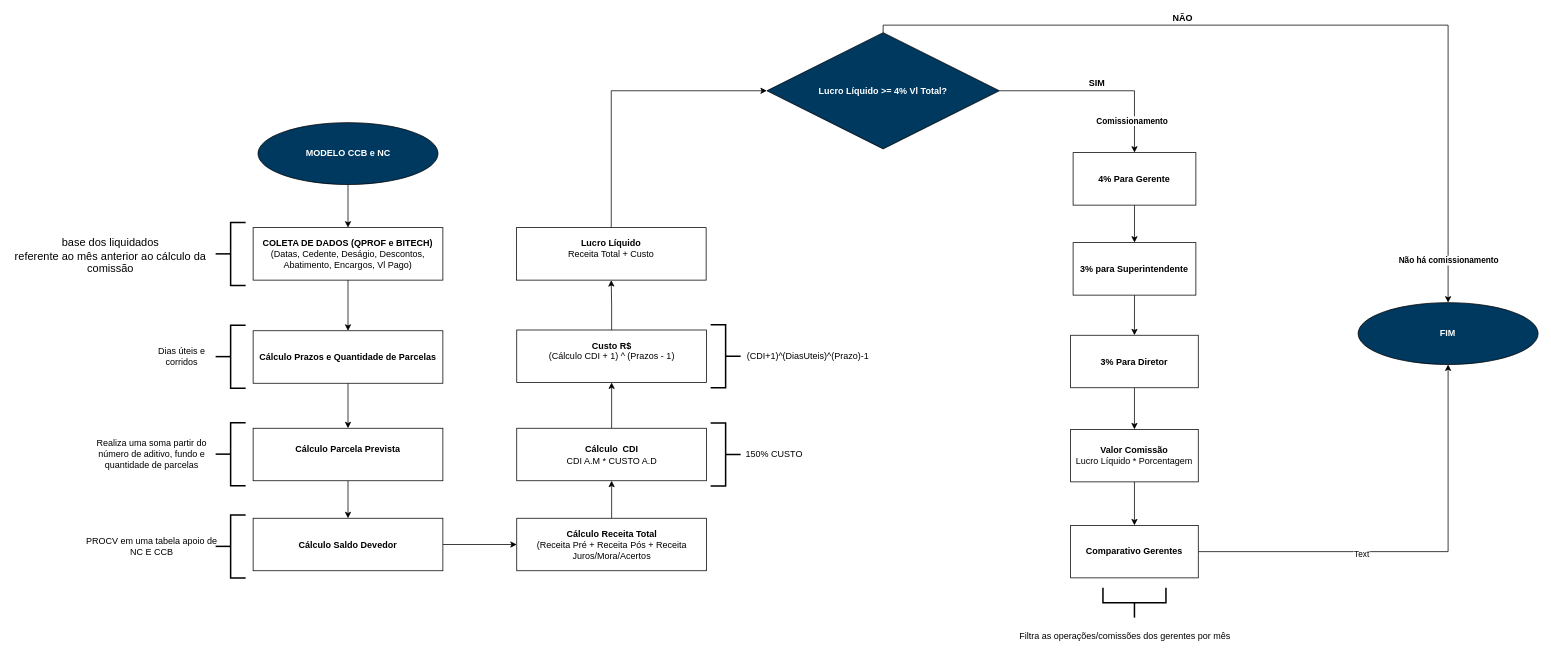
henriquelima0/exercicios-fiap keeps this draw.io diagram as page "CCB E NC" (2 of 4) of FLUXOGRAMAS.drawio. Above is the earlier version. Source tidied: cells renumbered, new cells numbered last; positions are measured from the earlier drawing's top-left corner, leaving out a move shared by most shapes. Both pictures are drawn from the tidied source at 75%, with x=0, y=0 at pixel (13, 25).
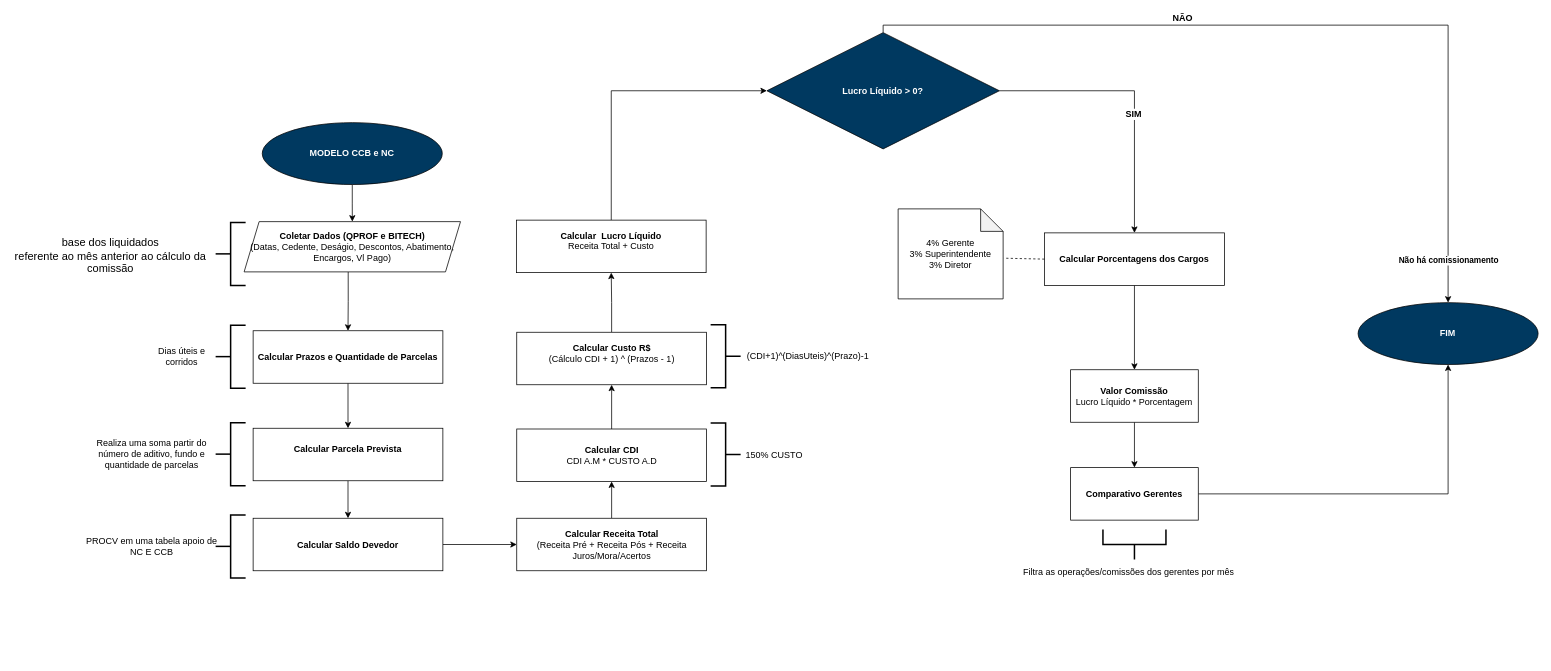
The same page after the edit.

The change refers to these unchanged cells:
```xml
<mxCell id="45" style="edgeStyle=orthogonalEdgeStyle;rounded=0;jettySize=auto;html=1;entryX=0.5;entryY=1;entryDx=0;entryDy=0;" parent="1" edge="1" source="47" target="36">
  <mxGeometry relative="1" as="geometry" />
</mxCell>
```

What changed in the source:
```diff
@@
-    <mxCell id="8" value="&lt;b&gt;COLETA DE DADOS (QPROF e BITECH)&lt;/b&gt;&lt;br&gt;(Datas, Cedente, Deságio, Descontos, Abatimento, Encargos, Vl Pago)" style="rounded=0;whiteSpace=wrap;html=1;" parent="1" vertex="1">
-      <mxGeometry x="320" y="270" width="253" height="70" as="geometry" />
-    </mxCell>
@@
-    <mxCell id="10" value="&lt;b&gt;Cálculo Prazos e Quantidade de Parcelas&lt;/b&gt;" style="rounded=0;whiteSpace=wrap;html=1;" parent="1" vertex="1">
+    <mxCell id="10" value="&lt;b&gt;Calcular Prazos e Quantidade de Parcelas&lt;/b&gt;" style="rounded=0;whiteSpace=wrap;html=1;" parent="1" vertex="1">
       <mxGeometry x="320" y="407.5" width="253" height="70" as="geometry" />
     </mxCell>
@@
-    <mxCell id="12" value="&lt;b&gt;Cálculo&amp;nbsp;Saldo Devedor&lt;/b&gt;" style="rounded=0;whiteSpace=wrap;html=1;" parent="1" vertex="1">
+    <mxCell id="12" value="&lt;b&gt;Calcular&amp;nbsp;&lt;/b&gt;&lt;b&gt;Saldo Devedor&lt;/b&gt;" style="rounded=0;whiteSpace=wrap;html=1;" parent="1" vertex="1">
       <mxGeometry x="320" y="657.5" width="253" height="70" as="geometry" />
     </mxCell>
@@
-    <mxCell id="14" value="&lt;b&gt;Cálculo&amp;nbsp;Parcela Prevista&lt;/b&gt;&lt;div&gt;&lt;br&gt;&lt;/div&gt;" style="rounded=0;whiteSpace=wrap;html=1;" parent="1" vertex="1">
+    <mxCell id="14" value="&lt;b&gt;Calcular&amp;nbsp;&lt;/b&gt;&lt;b&gt;Parcela Prevista&lt;/b&gt;&lt;div&gt;&lt;br&gt;&lt;/div&gt;" style="rounded=0;whiteSpace=wrap;html=1;" parent="1" vertex="1">
       <mxGeometry x="320" y="537.5" width="253" height="70" as="geometry" />
     </mxCell>
@@
-    <mxCell id="16" value="&lt;b&gt;Cálculo&amp;nbsp;Receita Total&lt;/b&gt;&lt;br&gt;(Receita Pré + Receita Pós + Receita Juros/Mora/Acertos" style="rounded=0;whiteSpace=wrap;html=1;" parent="1" vertex="1">
+    <mxCell id="16" value="&lt;b&gt;Calcular&amp;nbsp;&lt;/b&gt;&lt;b&gt;Receita Total&lt;/b&gt;&lt;br&gt;(Receita Pré + Receita Pós + Receita Juros/Mora/Acertos" style="rounded=0;whiteSpace=wrap;html=1;" parent="1" vertex="1">
       <mxGeometry x="671.5" y="657.5" width="253" height="70" as="geometry" />
     </mxCell>
@@
-    <mxCell id="18" value="&lt;b&gt;Cálculo&amp;nbsp;&amp;nbsp;CDI&lt;/b&gt;&lt;div&gt;CDI A.M * CUSTO A.D&lt;/div&gt;" style="rounded=0;whiteSpace=wrap;html=1;" parent="1" vertex="1">
-      <mxGeometry x="671.5" y="537.5" width="253" height="70" as="geometry" />
+    <mxCell id="18" value="&lt;b&gt;Calcular&amp;nbsp;&lt;/b&gt;&lt;b&gt;CDI&lt;/b&gt;&lt;div&gt;CDI A.M * CUSTO A.D&lt;/div&gt;" style="rounded=0;whiteSpace=wrap;html=1;" parent="1" vertex="1">
+      <mxGeometry x="671.5" y="538.5" width="253" height="70" as="geometry" />
     </mxCell>
-    <mxCell id="19" style="edgeStyle=orthogonalEdgeStyle;rounded=0;jettySize=auto;html=1;exitX=0.5;exitY=1;exitDx=0;exitDy=0;" parent="1" edge="1" source="20" target="8">
+    <mxCell id="19" style="edgeStyle=orthogonalEdgeStyle;rounded=0;jettySize=auto;html=1;exitX=0.5;exitY=1;exitDx=0;exitDy=0;entryX=0.5;entryY=0;entryDx=0;entryDy=0;" parent="1" edge="1" source="20" target="57">
       <mxGeometry relative="1" as="geometry" />
     </mxCell>
     <mxCell id="20" value="&lt;b&gt;&lt;font color=&quot;#ffffff&quot;&gt;MODELO CCB e NC&lt;/font&gt;&lt;/b&gt;" style="ellipse;whiteSpace=wrap;html=1;fillColor=#003960;" parent="1" vertex="1">
-      <mxGeometry x="326.5" y="130" width="240" height="82.5" as="geometry" />
+      <mxGeometry x="332.2" y="130" width="240" height="82.5" as="geometry" />
     </mxCell>
@@
-    <mxCell id="22" value="&lt;b&gt;Custo R$&lt;br&gt;&lt;/b&gt;(Cálculo CDI + 1) ^ (Prazos - 1)&lt;br&gt;&lt;div&gt;&lt;br&gt;&lt;/div&gt;" style="rounded=0;whiteSpace=wrap;html=1;" parent="1" vertex="1">
-      <mxGeometry x="671.5" y="406.5" width="253" height="70" as="geometry" />
+    <mxCell id="22" value="&lt;b&gt;Calcular&amp;nbsp;&lt;/b&gt;&lt;b&gt;Custo R$&lt;br&gt;&lt;/b&gt;(Cálculo CDI + 1) ^ (Prazos - 1)&lt;br&gt;&lt;div&gt;&lt;br&gt;&lt;/div&gt;" style="rounded=0;whiteSpace=wrap;html=1;" parent="1" vertex="1">
+      <mxGeometry x="671.5" y="409.5" width="253" height="70" as="geometry" />
     </mxCell>
@@
-    <mxCell id="26" style="edgeStyle=orthogonalEdgeStyle;rounded=0;jettySize=auto;html=1;exitX=1;exitY=0.5;exitDx=0;exitDy=0;entryX=0.5;entryY=0;entryDx=0;entryDy=0;" parent="1" edge="1" source="29" target="38">
+    <mxCell id="26" style="edgeStyle=orthogonalEdgeStyle;rounded=0;jettySize=auto;html=1;exitX=1;exitY=0.5;exitDx=0;exitDy=0;entryX=0.5;entryY=0;entryDx=0;entryDy=0;" parent="1" edge="1" source="29" target="54">
       <mxGeometry relative="1" as="geometry" />
     </mxCell>
     <mxCell id="27" value="&lt;b&gt;&lt;font style=&quot;font-size: 12px;&quot;&gt;SIM&lt;/font&gt;&lt;/b&gt;" style="edgeLabel;html=1;align=center;verticalAlign=middle;" parent="26" vertex="1">
       <mxGeometry x="-0.02" y="5" relative="1" as="geometry">
-        <mxPoint y="-6" as="offset" />
+        <mxPoint x="-7" y="30" as="offset" />
       </mxGeometry>
     </mxCell>
-    <mxCell id="28" value="&lt;b&gt;Comissionamento&lt;/b&gt;" style="edgeLabel;html=1;align=center;verticalAlign=middle;" parent="26" vertex="1">
-      <mxGeometry x="0.67" y="-4" relative="1" as="geometry">
-        <mxPoint y="1" as="offset" />
-      </mxGeometry>
-    </mxCell>
-    <mxCell id="29" value="&lt;font color=&quot;#ffffff&quot;&gt;&lt;b&gt;Lucro Líquido &amp;gt;= 4% Vl Total?&lt;/b&gt;&lt;/font&gt;" style="rhombus;whiteSpace=wrap;html=1;fillColor=#003960;" parent="1" vertex="1">
+    <mxCell id="29" value="&lt;font color=&quot;#ffffff&quot;&gt;&lt;b&gt;Lucro Líquido &amp;gt; 0?&lt;/b&gt;&lt;/font&gt;" style="rhombus;whiteSpace=wrap;html=1;fillColor=#003960;" parent="1" vertex="1">
       <mxGeometry x="1005" y="10" width="310" height="155" as="geometry" />
     </mxCell>
@@
-    <mxCell id="31" value="&lt;b&gt;Lucro Líquido&lt;br&gt;&lt;/b&gt;Receita Total + Custo&lt;div&gt;&lt;br&gt;&lt;/div&gt;" style="rounded=0;whiteSpace=wrap;html=1;" parent="1" vertex="1">
-      <mxGeometry x="671" y="270" width="253" height="70" as="geometry" />
+    <mxCell id="31" value="&lt;b&gt;Calcular&amp;nbsp;&amp;nbsp;&lt;/b&gt;&lt;b&gt;Lucro Líquido&lt;br&gt;&lt;/b&gt;Receita Total + Custo&lt;div&gt;&lt;br&gt;&lt;/div&gt;" style="rounded=0;whiteSpace=wrap;html=1;" parent="1" vertex="1">
+      <mxGeometry x="671" y="260" width="253" height="70" as="geometry" />
     </mxCell>
@@
     <mxCell id="33" value="150% CUSTO" style="text;html=1;align=center;verticalAlign=middle;whiteSpace=wrap;rounded=0;" parent="1" vertex="1">
-      <mxGeometry x="970" y="554" width="90" height="36" as="geometry" />
+      <mxGeometry x="970" y="555" width="90" height="36" as="geometry" />
     </mxCell>
@@
-    <mxCell id="37" style="edgeStyle=orthogonalEdgeStyle;rounded=0;jettySize=auto;html=1;exitX=0.5;exitY=1;exitDx=0;exitDy=0;entryX=0.5;entryY=0;entryDx=0;entryDy=0;" parent="1" edge="1" source="38" target="40">
-      <mxGeometry relative="1" as="geometry" />
-    </mxCell>
-    <mxCell id="38" value="&lt;b&gt;4% Para Gerente&lt;/b&gt;" style="rounded=0;whiteSpace=wrap;html=1;" parent="1" vertex="1">
-      <mxGeometry x="1413.3" y="170" width="163.7" height="70" as="geometry" />
-    </mxCell>
-    <mxCell id="39" style="edgeStyle=orthogonalEdgeStyle;rounded=0;jettySize=auto;html=1;exitX=0.5;exitY=1;exitDx=0;exitDy=0;entryX=0.5;entryY=0;entryDx=0;entryDy=0;" parent="1" edge="1" source="40" target="42">
-      <mxGeometry relative="1" as="geometry" />
-    </mxCell>
-    <mxCell id="40" value="&lt;b&gt;3% para Superintendente&lt;/b&gt;" style="rounded=0;whiteSpace=wrap;html=1;" parent="1" vertex="1">
-      <mxGeometry x="1413.3" y="290" width="163.7" height="70" as="geometry" />
-    </mxCell>
-    <mxCell id="41" style="edgeStyle=orthogonalEdgeStyle;rounded=0;jettySize=auto;html=1;exitX=0.5;exitY=1;exitDx=0;exitDy=0;entryX=0.5;entryY=0;entryDx=0;entryDy=0;" parent="1" edge="1" source="42" target="44">
-      <mxGeometry relative="1" as="geometry" />
-    </mxCell>
-    <mxCell id="42" value="&lt;b&gt;3% Para Diretor&lt;/b&gt;" style="rounded=0;whiteSpace=wrap;html=1;" parent="1" vertex="1">
-      <mxGeometry x="1410" y="413.5" width="170.2" height="70" as="geometry" />
-    </mxCell>
@@
     <mxCell id="44" value="&lt;b&gt;Valor Comissão&lt;/b&gt;&lt;br&gt;Lucro Líquido * Porcentagem" style="rounded=0;whiteSpace=wrap;html=1;" parent="1" vertex="1">
-      <mxGeometry x="1410" y="539" width="170.2" height="70" as="geometry" />
+      <mxGeometry x="1410" y="459.5" width="170.2" height="70" as="geometry" />
     </mxCell>
@@
-    <mxCell id="46" value="Text" style="edgeLabel;html=1;align=center;verticalAlign=middle;" parent="45" vertex="1">
-      <mxGeometry x="-0.26" y="-2" relative="1" as="geometry">
-        <mxPoint x="1" as="offset" />
-      </mxGeometry>
-    </mxCell>
     <mxCell id="47" value="&lt;b&gt;Comparativo Gerentes&lt;/b&gt;" style="rounded=0;whiteSpace=wrap;html=1;" parent="1" vertex="1">
-      <mxGeometry x="1410" y="667" width="170.2" height="70" as="geometry" />
+      <mxGeometry x="1410" y="590" width="170.2" height="70" as="geometry" />
     </mxCell>
@@
     <mxCell id="50" value="&lt;h1 style=&quot;margin-top: 0px;&quot;&gt;&lt;span style=&quot;font-size: 12px; font-weight: 400;&quot;&gt;Filtra as operações/comissões dos gerentes por mês&lt;/span&gt;&lt;/h1&gt;" style="text;html=1;whiteSpace=wrap;overflow=hidden;rounded=0;" parent="1" vertex="1">
-      <mxGeometry x="1340" y="790" width="340" height="50" as="geometry" />
+      <mxGeometry x="1345" y="705" width="340" height="50" as="geometry" />
     </mxCell>
-    <mxCell id="51" style="edgeStyle=orthogonalEdgeStyle;rounded=0;jettySize=auto;html=1;exitX=0.5;exitY=1;exitDx=0;exitDy=0;entryX=0.5;entryY=0;entryDx=0;entryDy=0;" parent="1" edge="1" source="8" target="10">
+    <mxCell id="51" style="edgeStyle=orthogonalEdgeStyle;rounded=0;jettySize=auto;html=1;exitX=0.481;exitY=0.983;exitDx=0;exitDy=0;entryX=0.5;entryY=0;entryDx=0;entryDy=0;exitPerimeter=0;" parent="1" edge="1" source="57" target="10">
       <mxGeometry relative="1" as="geometry" />
     </mxCell>
     <mxCell id="52" style="strokeWidth=2;html=1;shape=mxgraph.flowchart.annotation_2;align=left;labelPosition=right;direction=west;fillColor=#003960;rotation=90;" parent="1" vertex="1">
-      <mxGeometry x="1475.1" y="728" width="40" height="84" as="geometry" />
+      <mxGeometry x="1475.1" y="650.5" width="40" height="84" as="geometry" />
     </mxCell>
+    <mxCell id="53" style="edgeStyle=orthogonalEdgeStyle;rounded=0;jettySize=auto;html=1;entryX=0.5;entryY=0;entryDx=0;entryDy=0;" parent="1" edge="1" source="54" target="44">
+      <mxGeometry relative="1" as="geometry" />
+    </mxCell>
+    <mxCell id="54" value="&lt;b&gt;Calcular Porcentagens dos Cargos&lt;/b&gt;" style="rounded=0;whiteSpace=wrap;html=1;" parent="1" vertex="1">
+      <mxGeometry x="1375.1" y="277" width="240" height="70" as="geometry" />
+    </mxCell>
+    <mxCell id="55" value="&lt;div&gt;4% Gerente&lt;br&gt;3% Superintendente&lt;/div&gt;3% Diretor" style="shape=note;whiteSpace=wrap;html=1;backgroundOutline=1;darkOpacity=0.05;" parent="1" vertex="1">
+      <mxGeometry x="1180" y="245" width="140" height="120" as="geometry" />
+    </mxCell>
+    <mxCell id="56" style="endArrow=none;dashed=1;html=1;rounded=0;entryX=1.007;entryY=0.548;entryDx=0;entryDy=0;entryPerimeter=0;exitX=0;exitY=0.5;exitDx=0;exitDy=0;" parent="1" edge="1" source="54" target="55">
+      <mxGeometry relative="1" as="geometry" />
+    </mxCell>
+    <mxCell id="57" value="&lt;b&gt;Coletar Dados (QPROF e BITECH)&lt;/b&gt;&lt;br&gt;(Datas, Cedente, Deságio, Descontos, Abatimento, Encargos, Vl Pago)" style="shape=parallelogram;perimeter=parallelogramPerimeter;whiteSpace=wrap;html=1;fixedSize=1;" parent="1" vertex="1">
+      <mxGeometry x="308" y="262" width="288.5" height="67" as="geometry" />
+    </mxCell>
```
